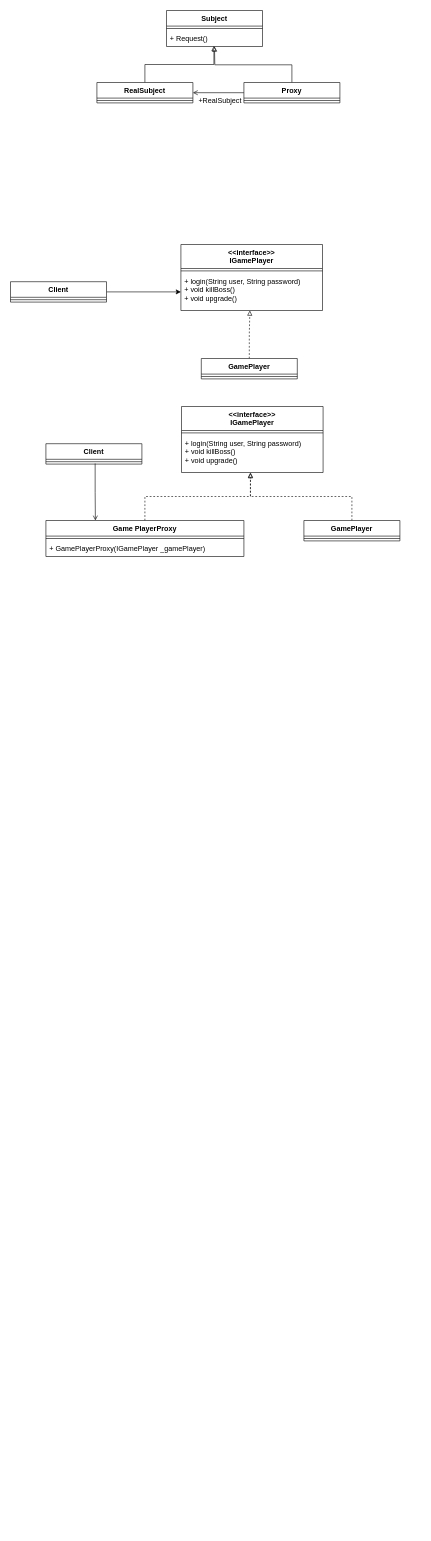
Above: src/6.proxy-pattern/代理模式.drawio in ark-65/design-pattern-for-ts (draw.io), before the change. Source tidied: cells renumbered, new cells numbered last; positions are measured from the earlier drawing's top-left corner, leaving out a move shared by most shapes. Both pictures are drawn from the tidied source at 60%, with x=0, y=0 at pixel (10, 10).
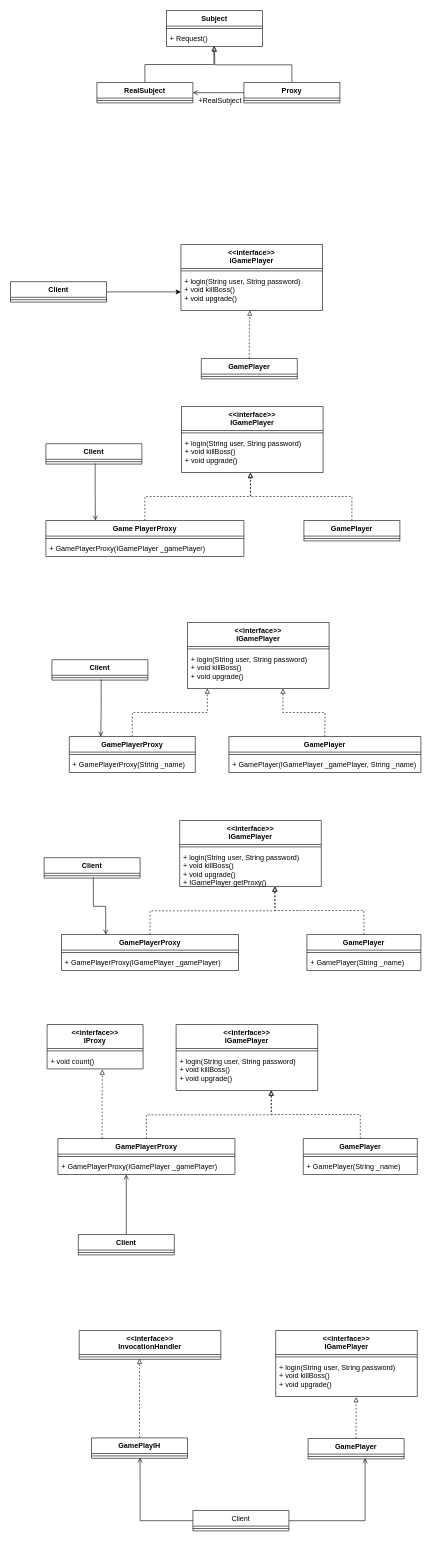
The same diagram, later.

The edit, as a diff of the source:
```diff
@@
+    <mxCell id="35" value="&lt;&lt;interface&gt;&gt;&#10;IGamePlayer" style="swimlane;fontStyle=1;align=center;verticalAlign=top;horizontal=1;startSize=40;" parent="1" vertex="1">
+      <mxGeometry x="295" y="1020" width="236" height="110" as="geometry" />
+    </mxCell>
+    <mxCell id="36" style="line;strokeWidth=1;fillColor=none;align=left;verticalAlign=middle;spacingTop=-1;spacingLeft=3;spacingRight=3;labelPosition=right;" parent="35" vertex="1">
+      <mxGeometry y="40" width="236" height="8" as="geometry" />
+    </mxCell>
+    <mxCell id="37" value="+ login(String user, String password)&#10;+ void killBoss()&#10;+ void upgrade()" style="text;strokeColor=none;fillColor=none;align=left;verticalAlign=top;spacingLeft=4;spacingRight=4;overflow=hidden;points=[[0,0.5],[1,0.5]];portConstraint=eastwest;" parent="35" vertex="1">
+      <mxGeometry y="48" width="236" height="62" as="geometry" />
+    </mxCell>
+    <mxCell id="38" style="edgeStyle=orthogonalEdgeStyle;rounded=0;jettySize=auto;html=1;exitX=0.513;exitY=0.875;exitDx=0;exitDy=0;entryX=0.25;entryY=0;entryDx=0;entryDy=0;endArrow=open;endFill=0;exitPerimeter=0;" parent="1" edge="1" source="40" target="42">
+      <mxGeometry relative="1" as="geometry" />
+    </mxCell>
+    <mxCell id="39" value="Client" style="swimlane;fontStyle=1;align=center;verticalAlign=top;horizontal=1;startSize=26;" parent="1" vertex="1">
+      <mxGeometry x="69" y="1082" width="160" height="34" as="geometry" />
+    </mxCell>
+    <mxCell id="40" style="line;strokeWidth=1;fillColor=none;align=left;verticalAlign=middle;spacingTop=-1;spacingLeft=3;spacingRight=3;labelPosition=right;points=[];portConstraint=eastwest;" parent="39" vertex="1">
+      <mxGeometry y="26" width="160" height="8" as="geometry" />
+    </mxCell>
+    <mxCell id="41" style="edgeStyle=orthogonalEdgeStyle;rounded=0;jettySize=auto;html=1;exitX=0.5;exitY=0;exitDx=0;exitDy=0;dashed=1;endArrow=block;endFill=0;entryX=0.14;entryY=1;entryDx=0;entryDy=0;entryPerimeter=0;" parent="1" edge="1" source="42" target="37">
+      <mxGeometry relative="1" as="geometry" />
+    </mxCell>
+    <mxCell id="42" value="GamePlayerProxy" style="swimlane;fontStyle=1;align=center;verticalAlign=top;horizontal=1;startSize=26;" parent="1" vertex="1">
+      <mxGeometry x="98" y="1210" width="210" height="60" as="geometry" />
+    </mxCell>
+    <mxCell id="43" style="line;strokeWidth=1;fillColor=none;align=left;verticalAlign=middle;spacingTop=-1;spacingLeft=3;spacingRight=3;labelPosition=right;" parent="42" vertex="1">
+      <mxGeometry y="26" width="210" height="8" as="geometry" />
+    </mxCell>
+    <mxCell id="44" value="+ GamePlayerProxy(String _name)" style="text;strokeColor=none;fillColor=none;align=left;verticalAlign=top;spacingLeft=4;spacingRight=4;overflow=hidden;" parent="42" vertex="1">
+      <mxGeometry y="34" width="210" height="26" as="geometry" />
+    </mxCell>
+    <mxCell id="45" style="edgeStyle=orthogonalEdgeStyle;rounded=0;jettySize=auto;html=1;exitX=0.5;exitY=0;exitDx=0;exitDy=0;entryX=0.674;entryY=1;entryDx=0;entryDy=0;entryPerimeter=0;dashed=1;endArrow=block;endFill=0;" parent="1" edge="1" source="46" target="37">
+      <mxGeometry relative="1" as="geometry" />
+    </mxCell>
+    <mxCell id="46" value="GamePlayer" style="swimlane;fontStyle=1;align=center;verticalAlign=top;horizontal=1;startSize=26;" parent="1" vertex="1">
+      <mxGeometry x="364" y="1210" width="320" height="60" as="geometry" />
+    </mxCell>
+    <mxCell id="47" style="line;strokeWidth=1;fillColor=none;align=left;verticalAlign=middle;spacingTop=-1;spacingLeft=3;spacingRight=3;labelPosition=right;" parent="46" vertex="1">
+      <mxGeometry y="26" width="320" height="8" as="geometry" />
+    </mxCell>
+    <mxCell id="48" value="+ GamePlayer(IGamePlayer _gamePlayer, String _name)" style="text;strokeColor=none;fillColor=none;align=left;verticalAlign=top;spacingLeft=4;spacingRight=4;overflow=hidden;" parent="46" vertex="1">
+      <mxGeometry y="34" width="320" height="26" as="geometry" />
+    </mxCell>
+    <mxCell id="49" value="&lt;&lt;interface&gt;&gt;&#10;IGamePlayer" style="swimlane;fontStyle=1;align=center;verticalAlign=top;horizontal=1;startSize=40;" parent="1" vertex="1">
+      <mxGeometry x="282" y="1350" width="236" height="110" as="geometry" />
+    </mxCell>
+    <mxCell id="50" style="line;strokeWidth=1;fillColor=none;align=left;verticalAlign=middle;spacingTop=-1;spacingLeft=3;spacingRight=3;labelPosition=right;" parent="49" vertex="1">
+      <mxGeometry y="40" width="236" height="8" as="geometry" />
+    </mxCell>
+    <mxCell id="51" value="+ login(String user, String password)&#10;+ void killBoss()&#10;+ void upgrade()&#10;+ IGamePlayer getProxy()" style="text;strokeColor=none;fillColor=none;align=left;verticalAlign=top;spacingLeft=4;spacingRight=4;overflow=hidden;points=[[0,0.5],[1,0.5]];portConstraint=eastwest;" parent="49" vertex="1">
+      <mxGeometry y="48" width="236" height="62" as="geometry" />
+    </mxCell>
+    <mxCell id="52" style="edgeStyle=orthogonalEdgeStyle;rounded=0;jettySize=auto;html=1;exitX=0.513;exitY=0.875;exitDx=0;exitDy=0;entryX=0.25;entryY=0;entryDx=0;entryDy=0;endArrow=open;endFill=0;exitPerimeter=0;" parent="1" edge="1" source="54" target="56">
+      <mxGeometry relative="1" as="geometry" />
+    </mxCell>
+    <mxCell id="53" value="Client" style="swimlane;fontStyle=1;align=center;verticalAlign=top;horizontal=1;startSize=26;" parent="1" vertex="1">
+      <mxGeometry x="56" y="1412" width="160" height="34" as="geometry" />
+    </mxCell>
+    <mxCell id="54" style="line;strokeWidth=1;fillColor=none;align=left;verticalAlign=middle;spacingTop=-1;spacingLeft=3;spacingRight=3;labelPosition=right;points=[];portConstraint=eastwest;" parent="53" vertex="1">
+      <mxGeometry y="26" width="160" height="8" as="geometry" />
+    </mxCell>
+    <mxCell id="55" style="edgeStyle=orthogonalEdgeStyle;rounded=0;jettySize=auto;html=1;exitX=0.5;exitY=0;exitDx=0;exitDy=0;dashed=1;endArrow=block;endFill=0;" parent="1" edge="1" source="56">
+      <mxGeometry relative="1" as="geometry">
+        <mxPoint x="440" y="1460" as="targetPoint" />
+      </mxGeometry>
+    </mxCell>
+    <mxCell id="56" value="GamePlayerProxy" style="swimlane;fontStyle=1;align=center;verticalAlign=top;horizontal=1;startSize=26;" parent="1" vertex="1">
+      <mxGeometry x="85" y="1540" width="295" height="60" as="geometry" />
+    </mxCell>
+    <mxCell id="57" style="line;strokeWidth=1;fillColor=none;align=left;verticalAlign=middle;spacingTop=-1;spacingLeft=3;spacingRight=3;labelPosition=right;" parent="56" vertex="1">
+      <mxGeometry y="26" width="295" height="8" as="geometry" />
+    </mxCell>
+    <mxCell id="58" value="+ GamePlayerProxy(IGamePlayer _gamePlayer)" style="text;strokeColor=none;fillColor=none;align=left;verticalAlign=top;spacingLeft=4;spacingRight=4;overflow=hidden;" parent="56" vertex="1">
+      <mxGeometry y="34" width="295" height="26" as="geometry" />
+    </mxCell>
+    <mxCell id="59" style="edgeStyle=orthogonalEdgeStyle;rounded=0;jettySize=auto;html=1;exitX=0.5;exitY=0;exitDx=0;exitDy=0;entryX=0.674;entryY=1;entryDx=0;entryDy=0;entryPerimeter=0;dashed=1;endArrow=block;endFill=0;" parent="1" edge="1" source="60" target="51">
+      <mxGeometry relative="1" as="geometry" />
+    </mxCell>
+    <mxCell id="60" value="GamePlayer" style="swimlane;fontStyle=1;align=center;verticalAlign=top;horizontal=1;startSize=26;" parent="1" vertex="1">
+      <mxGeometry x="494" y="1540" width="190" height="60" as="geometry" />
+    </mxCell>
+    <mxCell id="61" style="line;strokeWidth=1;fillColor=none;align=left;verticalAlign=middle;spacingTop=-1;spacingLeft=3;spacingRight=3;labelPosition=right;" parent="60" vertex="1">
+      <mxGeometry y="26" width="190" height="8" as="geometry" />
+    </mxCell>
+    <mxCell id="62" value="+ GamePlayer(String _name)" style="text;strokeColor=none;fillColor=none;align=left;verticalAlign=top;spacingLeft=4;spacingRight=4;overflow=hidden;" parent="60" vertex="1">
+      <mxGeometry y="34" width="190" height="26" as="geometry" />
+    </mxCell>
+    <mxCell id="63" value="&lt;&lt;interface&gt;&gt;&#10;IGamePlayer" style="swimlane;fontStyle=1;align=center;verticalAlign=top;horizontal=1;startSize=40;" parent="1" vertex="1">
+      <mxGeometry x="276" y="1690" width="236" height="110" as="geometry" />
+    </mxCell>
+    <mxCell id="64" style="line;strokeWidth=1;fillColor=none;align=left;verticalAlign=middle;spacingTop=-1;spacingLeft=3;spacingRight=3;labelPosition=right;" parent="63" vertex="1">
+      <mxGeometry y="40" width="236" height="8" as="geometry" />
+    </mxCell>
+    <mxCell id="65" value="+ login(String user, String password)&#10;+ void killBoss()&#10;+ void upgrade()" style="text;strokeColor=none;fillColor=none;align=left;verticalAlign=top;spacingLeft=4;spacingRight=4;overflow=hidden;points=[[0,0.5],[1,0.5]];portConstraint=eastwest;" parent="63" vertex="1">
+      <mxGeometry y="48" width="236" height="62" as="geometry" />
+    </mxCell>
+    <mxCell id="66" style="edgeStyle=orthogonalEdgeStyle;rounded=0;jettySize=auto;html=1;exitX=0.5;exitY=0;exitDx=0;exitDy=0;entryX=0.386;entryY=1;entryDx=0;entryDy=0;endArrow=open;endFill=0;entryPerimeter=0;" parent="1" edge="1" source="67" target="73">
+      <mxGeometry relative="1" as="geometry" />
+    </mxCell>
+    <mxCell id="67" value="Client" style="swimlane;fontStyle=1;align=center;verticalAlign=top;horizontal=1;startSize=26;" parent="1" vertex="1">
+      <mxGeometry x="113" y="2040" width="160" height="34" as="geometry" />
+    </mxCell>
+    <mxCell id="68" style="line;strokeWidth=1;fillColor=none;align=left;verticalAlign=middle;spacingTop=-1;spacingLeft=3;spacingRight=3;labelPosition=right;" parent="67" vertex="1">
+      <mxGeometry y="26" width="160" height="8" as="geometry" />
+    </mxCell>
+    <mxCell id="69" style="edgeStyle=orthogonalEdgeStyle;rounded=0;jettySize=auto;html=1;exitX=0.5;exitY=0;exitDx=0;exitDy=0;dashed=1;endArrow=block;endFill=0;" parent="1" edge="1" source="71">
+      <mxGeometry relative="1" as="geometry">
+        <mxPoint x="434" y="1800" as="targetPoint" />
+      </mxGeometry>
+    </mxCell>
+    <mxCell id="70" style="edgeStyle=orthogonalEdgeStyle;rounded=0;jettySize=auto;html=1;exitX=0.25;exitY=0;exitDx=0;exitDy=0;entryX=0.575;entryY=1.038;entryDx=0;entryDy=0;entryPerimeter=0;dashed=1;endArrow=block;endFill=0;" parent="1" edge="1" source="71" target="80">
+      <mxGeometry relative="1" as="geometry" />
+    </mxCell>
+    <mxCell id="71" value="GamePlayerProxy" style="swimlane;fontStyle=1;align=center;verticalAlign=top;horizontal=1;startSize=26;" parent="1" vertex="1">
+      <mxGeometry x="79" y="1880" width="295" height="60" as="geometry" />
+    </mxCell>
+    <mxCell id="72" style="line;strokeWidth=1;fillColor=none;align=left;verticalAlign=middle;spacingTop=-1;spacingLeft=3;spacingRight=3;labelPosition=right;" parent="71" vertex="1">
+      <mxGeometry y="26" width="295" height="8" as="geometry" />
+    </mxCell>
+    <mxCell id="73" value="+ GamePlayerProxy(IGamePlayer _gamePlayer)" style="text;strokeColor=none;fillColor=none;align=left;verticalAlign=top;spacingLeft=4;spacingRight=4;overflow=hidden;points=[[0,0.5],[1,0.5]];portConstraint=eastwest;" parent="71" vertex="1">
+      <mxGeometry y="34" width="295" height="26" as="geometry" />
+    </mxCell>
+    <mxCell id="74" style="edgeStyle=orthogonalEdgeStyle;rounded=0;jettySize=auto;html=1;exitX=0.5;exitY=0;exitDx=0;exitDy=0;entryX=0.674;entryY=1;entryDx=0;entryDy=0;entryPerimeter=0;dashed=1;endArrow=block;endFill=0;" parent="1" edge="1" source="75" target="65">
+      <mxGeometry relative="1" as="geometry" />
+    </mxCell>
+    <mxCell id="75" value="GamePlayer" style="swimlane;fontStyle=1;align=center;verticalAlign=top;horizontal=1;startSize=26;" parent="1" vertex="1">
+      <mxGeometry x="488" y="1880" width="190" height="60" as="geometry" />
+    </mxCell>
+    <mxCell id="76" style="line;strokeWidth=1;fillColor=none;align=left;verticalAlign=middle;spacingTop=-1;spacingLeft=3;spacingRight=3;labelPosition=right;" parent="75" vertex="1">
+      <mxGeometry y="26" width="190" height="8" as="geometry" />
+    </mxCell>
+    <mxCell id="77" value="+ GamePlayer(String _name)" style="text;strokeColor=none;fillColor=none;align=left;verticalAlign=top;spacingLeft=4;spacingRight=4;overflow=hidden;" parent="75" vertex="1">
+      <mxGeometry y="34" width="190" height="26" as="geometry" />
+    </mxCell>
+    <mxCell id="78" value="&lt;&lt;interface&gt;&gt;&#10;IProxy" style="swimlane;fontStyle=1;align=center;verticalAlign=top;horizontal=1;startSize=40;" parent="1" vertex="1">
+      <mxGeometry x="61" y="1690" width="160" height="74" as="geometry" />
+    </mxCell>
+    <mxCell id="79" style="line;strokeWidth=1;fillColor=none;align=left;verticalAlign=middle;spacingTop=-1;spacingLeft=3;spacingRight=3;labelPosition=right;" parent="78" vertex="1">
+      <mxGeometry y="40" width="160" height="8" as="geometry" />
+    </mxCell>
+    <mxCell id="80" value="+ void count()" style="text;strokeColor=none;fillColor=none;align=left;verticalAlign=top;spacingLeft=4;spacingRight=4;overflow=hidden;points=[[0,0.5],[1,0.5]];portConstraint=eastwest;" parent="78" vertex="1">
+      <mxGeometry y="48" width="160" height="26" as="geometry" />
+    </mxCell>
+    <mxCell id="81" value="&lt;&lt;interface&gt;&gt;&#10;IGamePlayer" style="swimlane;fontStyle=1;align=center;verticalAlign=top;horizontal=1;startSize=40;" parent="1" vertex="1">
+      <mxGeometry x="442" y="2200" width="236" height="110" as="geometry" />
+    </mxCell>
+    <mxCell id="82" style="line;strokeWidth=1;fillColor=none;align=left;verticalAlign=middle;spacingTop=-1;spacingLeft=3;spacingRight=3;labelPosition=right;" parent="81" vertex="1">
+      <mxGeometry y="40" width="236" height="8" as="geometry" />
+    </mxCell>
+    <mxCell id="83" value="+ login(String user, String password)&#10;+ void killBoss()&#10;+ void upgrade()" style="text;strokeColor=none;fillColor=none;align=left;verticalAlign=top;spacingLeft=4;spacingRight=4;overflow=hidden;points=[[0,0.5],[1,0.5]];portConstraint=eastwest;" parent="81" vertex="1">
+      <mxGeometry y="48" width="236" height="62" as="geometry" />
+    </mxCell>
+    <mxCell id="84" value="&lt;&lt;interface&gt;&gt;&#10;InvocationHandler" style="swimlane;fontStyle=1;align=center;verticalAlign=top;horizontal=1;startSize=40;" parent="1" vertex="1">
+      <mxGeometry x="114.5" y="2200" width="236" height="48" as="geometry" />
+    </mxCell>
+    <mxCell id="85" style="line;strokeWidth=1;fillColor=none;align=left;verticalAlign=middle;spacingTop=-1;spacingLeft=3;spacingRight=3;labelPosition=right;points=[];portConstraint=eastwest;" parent="84" vertex="1">
+      <mxGeometry y="40" width="236" height="8" as="geometry" />
+    </mxCell>
+    <mxCell id="86" style="edgeStyle=orthogonalEdgeStyle;rounded=0;jettySize=auto;html=1;exitX=0.5;exitY=0;exitDx=0;exitDy=0;entryX=0.426;entryY=0.875;entryDx=0;entryDy=0;entryPerimeter=0;dashed=1;endArrow=block;endFill=0;" parent="1" edge="1" source="87" target="85">
+      <mxGeometry relative="1" as="geometry" />
+    </mxCell>
+    <mxCell id="87" value="GamePlayIH" style="swimlane;fontStyle=1;align=center;verticalAlign=top;horizontal=1;startSize=26;" parent="1" vertex="1">
+      <mxGeometry x="135" y="2379" width="160" height="34" as="geometry" />
+    </mxCell>
+    <mxCell id="88" style="line;strokeWidth=1;fillColor=none;align=left;verticalAlign=middle;spacingTop=-1;spacingLeft=3;spacingRight=3;labelPosition=right;points=[];portConstraint=eastwest;" parent="87" vertex="1">
+      <mxGeometry y="26" width="160" height="8" as="geometry" />
+    </mxCell>
+    <mxCell id="89" style="edgeStyle=orthogonalEdgeStyle;rounded=0;jettySize=auto;html=1;exitX=0.5;exitY=0;exitDx=0;exitDy=0;entryX=0.568;entryY=1.016;entryDx=0;entryDy=0;entryPerimeter=0;dashed=1;endArrow=block;endFill=0;" parent="1" edge="1" source="90" target="83">
+      <mxGeometry relative="1" as="geometry" />
+    </mxCell>
+    <mxCell id="90" value="GamePlayer" style="swimlane;fontStyle=1;align=center;verticalAlign=top;horizontal=1;startSize=26;" parent="1" vertex="1">
+      <mxGeometry x="496" y="2380" width="160" height="34" as="geometry" />
+    </mxCell>
+    <mxCell id="91" style="line;strokeWidth=1;fillColor=none;align=left;verticalAlign=middle;spacingTop=-1;spacingLeft=3;spacingRight=3;labelPosition=right;points=[];portConstraint=eastwest;" parent="90" vertex="1">
+      <mxGeometry y="26" width="160" height="8" as="geometry" />
+    </mxCell>
+    <mxCell id="92" style="edgeStyle=orthogonalEdgeStyle;rounded=0;jettySize=auto;html=1;exitX=1;exitY=0.5;exitDx=0;exitDy=0;entryX=0.594;entryY=0.875;entryDx=0;entryDy=0;entryPerimeter=0;endArrow=open;endFill=0;" parent="1" edge="1" source="94" target="91">
+      <mxGeometry relative="1" as="geometry" />
+    </mxCell>
+    <mxCell id="93" style="edgeStyle=orthogonalEdgeStyle;rounded=0;jettySize=auto;html=1;exitX=0;exitY=0.5;exitDx=0;exitDy=0;entryX=0.506;entryY=0.875;entryDx=0;entryDy=0;entryPerimeter=0;endArrow=open;endFill=0;" parent="1" edge="1" source="94" target="88">
+      <mxGeometry relative="1" as="geometry" />
+    </mxCell>
+    <mxCell id="94" value="Client" style="swimlane;fontStyle=0;align=center;verticalAlign=top;horizontal=1;startSize=26;" parent="1" vertex="1">
+      <mxGeometry x="304" y="2500" width="160" height="34" as="geometry" />
+    </mxCell>
+    <mxCell id="95" style="line;strokeWidth=1;fillColor=none;align=left;verticalAlign=middle;spacingTop=-1;spacingLeft=3;spacingRight=3;labelPosition=right;" parent="94" vertex="1">
+      <mxGeometry y="26" width="160" height="8" as="geometry" />
+    </mxCell>
```
